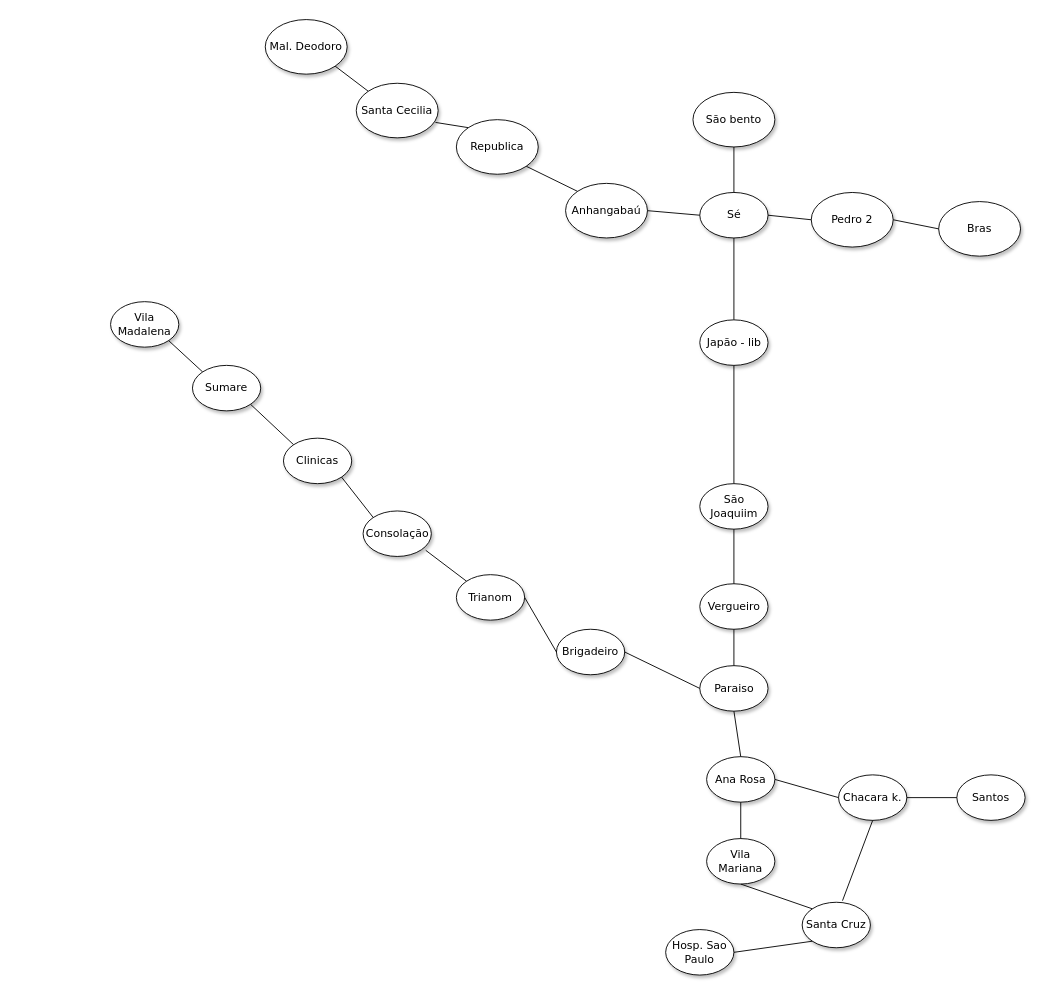
Earlier version of the draw.io diagram Untitled Diagram.drawio (Gui-Coimbra/aws-infra). Source tidied: cells renumbered, new cells numbered last; positions are measured from the earlier drawing's top-left corner, leaving out a move shared by most shapes. Both pictures are drawn from the tidied source at 91%, with x=0, y=0 at pixel (110, 19).
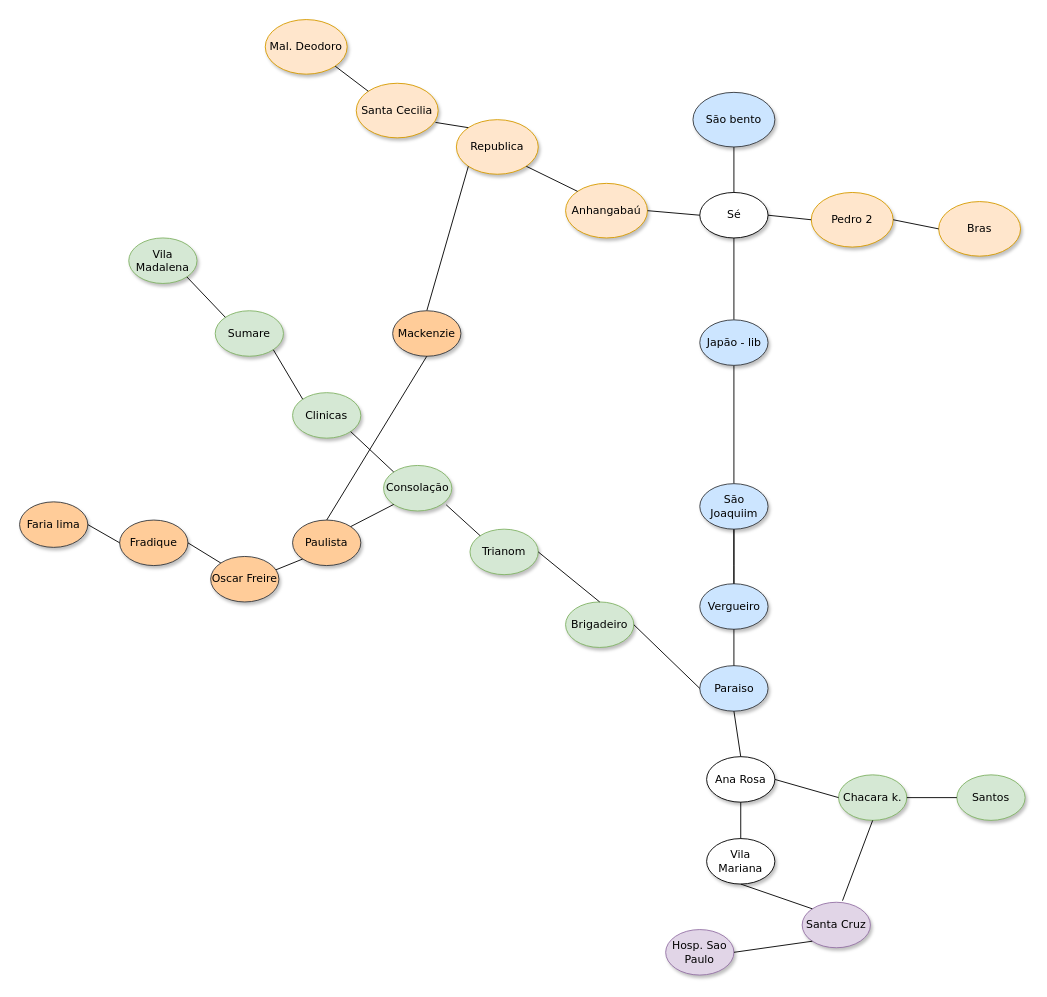
The same diagram, later.

The edit, as a diff of the source:
```diff
@@
-    <mxCell id="3" value="São bento" style="ellipse;whiteSpace=wrap;html=1;rounded=0;shadow=1;comic=0;labelBackgroundColor=none;strokeWidth=1;fontFamily=Verdana;fontSize=12;align=center;" parent="1" vertex="1">
+    <mxCell id="3" value="São bento" style="ellipse;whiteSpace=wrap;html=1;rounded=0;shadow=1;comic=0;labelBackgroundColor=none;strokeWidth=1;fontFamily=Verdana;fontSize=12;align=center;fillColor=#cce5ff;strokeColor=#36393d;" parent="1" vertex="1">
       <mxGeometry x="640" y="80" width="90" height="60" as="geometry" />
     </mxCell>
@@
-    <mxCell id="7" value="Japão - lib" style="ellipse;whiteSpace=wrap;html=1;rounded=0;shadow=1;comic=0;labelBackgroundColor=none;strokeWidth=1;fontFamily=Verdana;fontSize=12;align=center;" parent="1" vertex="1">
+    <mxCell id="7" value="Japão - lib" style="ellipse;whiteSpace=wrap;html=1;rounded=0;shadow=1;comic=0;labelBackgroundColor=none;strokeWidth=1;fontFamily=Verdana;fontSize=12;align=center;fillColor=#cce5ff;strokeColor=#36393d;" parent="1" vertex="1">
       <mxGeometry x="647.5" y="330" width="75" height="50" as="geometry" />
     </mxCell>
+    <mxCell id="50" style="edgeStyle=orthogonalEdgeStyle;rounded=0;jettySize=auto;html=1;" parent="1" edge="1" source="8">
+      <mxGeometry relative="1" as="geometry">
+        <mxPoint x="685" y="640" as="targetPoint" />
+      </mxGeometry>
+    </mxCell>
-    <mxCell id="8" value="São Joaquiim" style="ellipse;whiteSpace=wrap;html=1;rounded=0;shadow=1;comic=0;labelBackgroundColor=none;strokeWidth=1;fontFamily=Verdana;fontSize=12;align=center;" parent="1" vertex="1">
+    <mxCell id="8" value="São Joaquiim" style="ellipse;whiteSpace=wrap;html=1;rounded=0;shadow=1;comic=0;labelBackgroundColor=none;strokeWidth=1;fontFamily=Verdana;fontSize=12;align=center;fillColor=#cce5ff;strokeColor=#36393d;" parent="1" vertex="1">
       <mxGeometry x="647.5" y="510" width="75" height="50" as="geometry" />
     </mxCell>
-    <mxCell id="9" value="Vergueiro" style="ellipse;whiteSpace=wrap;html=1;rounded=0;shadow=1;comic=0;labelBackgroundColor=none;strokeWidth=1;fontFamily=Verdana;fontSize=12;align=center;" parent="1" vertex="1">
+    <mxCell id="9" value="Vergueiro" style="ellipse;whiteSpace=wrap;html=1;rounded=0;shadow=1;comic=0;labelBackgroundColor=none;strokeWidth=1;fontFamily=Verdana;fontSize=12;align=center;fillColor=#cce5ff;strokeColor=#36393d;" parent="1" vertex="1">
       <mxGeometry x="647.5" y="620" width="75" height="50" as="geometry" />
     </mxCell>
-    <mxCell id="10" value="Santa Cruz" style="ellipse;whiteSpace=wrap;html=1;rounded=0;shadow=1;comic=0;labelBackgroundColor=none;strokeWidth=1;fontFamily=Verdana;fontSize=12;align=center;" parent="1" vertex="1">
+    <mxCell id="10" value="Santa Cruz" style="ellipse;whiteSpace=wrap;html=1;rounded=0;shadow=1;comic=0;labelBackgroundColor=none;strokeWidth=1;fontFamily=Verdana;fontSize=12;align=center;fillColor=#e1d5e7;strokeColor=#9673a6;" parent="1" vertex="1">
       <mxGeometry x="760" y="970" width="75" height="50" as="geometry" />
     </mxCell>
@@
-    <mxCell id="13" value="Paraiso" style="ellipse;whiteSpace=wrap;html=1;rounded=0;shadow=1;comic=0;labelBackgroundColor=none;strokeWidth=1;fontFamily=Verdana;fontSize=12;align=center;" parent="1" vertex="1">
+    <mxCell id="13" value="Paraiso" style="ellipse;whiteSpace=wrap;html=1;rounded=0;shadow=1;comic=0;labelBackgroundColor=none;strokeWidth=1;fontFamily=Verdana;fontSize=12;align=center;fillColor=#cce5ff;strokeColor=#36393d;" parent="1" vertex="1">
       <mxGeometry x="647.5" y="710" width="75" height="50" as="geometry" />
     </mxCell>
@@
-    <mxCell id="19" value="Bras" style="ellipse;whiteSpace=wrap;html=1;rounded=0;shadow=1;comic=0;labelBackgroundColor=none;strokeWidth=1;fontFamily=Verdana;fontSize=12;align=center;" parent="1" vertex="1">
+    <mxCell id="19" value="Bras" style="ellipse;whiteSpace=wrap;html=1;rounded=0;shadow=1;comic=0;labelBackgroundColor=none;strokeWidth=1;fontFamily=Verdana;fontSize=12;align=center;fillColor=#ffe6cc;strokeColor=#d79b00;" parent="1" vertex="1">
       <mxGeometry x="910" y="200" width="90" height="60" as="geometry" />
     </mxCell>
-    <mxCell id="20" value="Republica" style="ellipse;whiteSpace=wrap;html=1;rounded=0;shadow=1;comic=0;labelBackgroundColor=none;strokeWidth=1;fontFamily=Verdana;fontSize=12;align=center;" parent="1" vertex="1">
+    <mxCell id="20" value="Republica" style="ellipse;whiteSpace=wrap;html=1;rounded=0;shadow=1;comic=0;labelBackgroundColor=none;strokeWidth=1;fontFamily=Verdana;fontSize=12;align=center;fillColor=#ffe6cc;strokeColor=#d79b00;" parent="1" vertex="1">
       <mxGeometry x="380" y="110" width="90" height="60" as="geometry" />
     </mxCell>
-    <mxCell id="21" value="Anhangabaú" style="ellipse;whiteSpace=wrap;html=1;rounded=0;shadow=1;comic=0;labelBackgroundColor=none;strokeWidth=1;fontFamily=Verdana;fontSize=12;align=center;" parent="1" vertex="1">
+    <mxCell id="21" value="Anhangabaú" style="ellipse;whiteSpace=wrap;html=1;rounded=0;shadow=1;comic=0;labelBackgroundColor=none;strokeWidth=1;fontFamily=Verdana;fontSize=12;align=center;fillColor=#ffe6cc;strokeColor=#d79b00;" parent="1" vertex="1">
       <mxGeometry x="500" y="180" width="90" height="60" as="geometry" />
     </mxCell>
-    <mxCell id="22" value="Pedro 2" style="ellipse;whiteSpace=wrap;html=1;rounded=0;shadow=1;comic=0;labelBackgroundColor=none;strokeWidth=1;fontFamily=Verdana;fontSize=12;align=center;" parent="1" vertex="1">
+    <mxCell id="22" value="Pedro 2" style="ellipse;whiteSpace=wrap;html=1;rounded=0;shadow=1;comic=0;labelBackgroundColor=none;strokeWidth=1;fontFamily=Verdana;fontSize=12;align=center;fillColor=#ffe6cc;strokeColor=#d79b00;" parent="1" vertex="1">
       <mxGeometry x="770" y="190" width="90" height="60" as="geometry" />
     </mxCell>
-    <mxCell id="23" value="Santa Cecilia" style="ellipse;whiteSpace=wrap;html=1;rounded=0;shadow=1;comic=0;labelBackgroundColor=none;strokeWidth=1;fontFamily=Verdana;fontSize=12;align=center;" parent="1" vertex="1">
+    <mxCell id="23" value="Santa Cecilia" style="ellipse;whiteSpace=wrap;html=1;rounded=0;shadow=1;comic=0;labelBackgroundColor=none;strokeWidth=1;fontFamily=Verdana;fontSize=12;align=center;fillColor=#ffe6cc;strokeColor=#d79b00;" parent="1" vertex="1">
       <mxGeometry x="270" y="70" width="90" height="60" as="geometry" />
     </mxCell>
-    <mxCell id="24" value="Mal. Deodoro" style="ellipse;whiteSpace=wrap;html=1;rounded=0;shadow=1;comic=0;labelBackgroundColor=none;strokeWidth=1;fontFamily=Verdana;fontSize=12;align=center;" parent="1" vertex="1">
+    <mxCell id="24" value="Mal. Deodoro" style="ellipse;whiteSpace=wrap;html=1;rounded=0;shadow=1;comic=0;labelBackgroundColor=none;strokeWidth=1;fontFamily=Verdana;fontSize=12;align=center;fillColor=#ffe6cc;strokeColor=#d79b00;" parent="1" vertex="1">
       <mxGeometry x="170" width="90" height="60" as="geometry" />
     </mxCell>
@@
-    <mxCell id="31" value="Trianom" style="ellipse;whiteSpace=wrap;html=1;rounded=0;shadow=1;comic=0;labelBackgroundColor=none;strokeWidth=1;fontFamily=Verdana;fontSize=12;align=center;" parent="1" vertex="1">
-      <mxGeometry x="380" y="610" width="75" height="50" as="geometry" />
+    <mxCell id="31" value="Trianom" style="ellipse;whiteSpace=wrap;html=1;rounded=0;shadow=1;comic=0;labelBackgroundColor=none;strokeWidth=1;fontFamily=Verdana;fontSize=12;align=center;fillColor=#d5e8d4;strokeColor=#82b366;" parent="1" vertex="1">
+      <mxGeometry x="395" y="560" width="75" height="50" as="geometry" />
     </mxCell>
-    <mxCell id="32" value="Brigadeiro" style="ellipse;whiteSpace=wrap;html=1;rounded=0;shadow=1;comic=0;labelBackgroundColor=none;strokeWidth=1;fontFamily=Verdana;fontSize=12;align=center;" parent="1" vertex="1">
-      <mxGeometry x="490" y="670" width="75" height="50" as="geometry" />
+    <mxCell id="32" value="Brigadeiro" style="ellipse;whiteSpace=wrap;html=1;rounded=0;shadow=1;comic=0;labelBackgroundColor=none;strokeWidth=1;fontFamily=Verdana;fontSize=12;align=center;fillColor=#d5e8d4;strokeColor=#82b366;" parent="1" vertex="1">
+      <mxGeometry x="500" y="640" width="75" height="50" as="geometry" />
     </mxCell>
-    <mxCell id="33" value="Chacara k." style="ellipse;whiteSpace=wrap;html=1;rounded=0;shadow=1;comic=0;labelBackgroundColor=none;strokeWidth=1;fontFamily=Verdana;fontSize=12;align=center;" parent="1" vertex="1">
+    <mxCell id="33" value="Chacara k." style="ellipse;whiteSpace=wrap;html=1;rounded=0;shadow=1;comic=0;labelBackgroundColor=none;strokeWidth=1;fontFamily=Verdana;fontSize=12;align=center;fillColor=#d5e8d4;strokeColor=#82b366;" parent="1" vertex="1">
       <mxGeometry x="800" y="830" width="75" height="50" as="geometry" />
     </mxCell>
-    <mxCell id="34" value="Santos" style="ellipse;whiteSpace=wrap;html=1;rounded=0;shadow=1;comic=0;labelBackgroundColor=none;strokeWidth=1;fontFamily=Verdana;fontSize=12;align=center;" parent="1" vertex="1">
+    <mxCell id="34" value="Santos" style="ellipse;whiteSpace=wrap;html=1;rounded=0;shadow=1;comic=0;labelBackgroundColor=none;strokeWidth=1;fontFamily=Verdana;fontSize=12;align=center;fillColor=#d5e8d4;strokeColor=#82b366;" parent="1" vertex="1">
       <mxGeometry x="930" y="830" width="75" height="50" as="geometry" />
     </mxCell>
@@
-    <mxCell id="38" style="edgeStyle=none;rounded=1;html=1;labelBackgroundColor=none;startArrow=none;startFill=0;startSize=5;endArrow=none;endFill=0;endSize=5;jettySize=auto;strokeWidth=1;fontFamily=Verdana;fontSize=12;exitX=1;exitY=0.5;exitDx=0;exitDy=0;entryX=0;entryY=0.5;entryDx=0;entryDy=0;" parent="1" edge="1" source="31" target="32">
+    <mxCell id="38" style="edgeStyle=none;rounded=1;html=1;labelBackgroundColor=none;startArrow=none;startFill=0;startSize=5;endArrow=none;endFill=0;endSize=5;jettySize=auto;strokeWidth=1;fontFamily=Verdana;fontSize=12;exitX=1;exitY=0.5;exitDx=0;exitDy=0;entryX=0.5;entryY=0;entryDx=0;entryDy=0;" parent="1" edge="1" source="31" target="32">
       <mxGeometry relative="1" as="geometry" />
     </mxCell>
-    <mxCell id="39" value="Consolação" style="ellipse;whiteSpace=wrap;html=1;rounded=0;shadow=1;comic=0;labelBackgroundColor=none;strokeWidth=1;fontFamily=Verdana;fontSize=12;align=center;" parent="1" vertex="1">
-      <mxGeometry x="277.5" y="540" width="75" height="50" as="geometry" />
+    <mxCell id="39" value="Consolação" style="ellipse;whiteSpace=wrap;html=1;rounded=0;shadow=1;comic=0;labelBackgroundColor=none;strokeWidth=1;fontFamily=Verdana;fontSize=12;align=center;fillColor=#d5e8d4;strokeColor=#82b366;" parent="1" vertex="1">
+      <mxGeometry x="300" y="490" width="75" height="50" as="geometry" />
     </mxCell>
-    <mxCell id="40" value="Vila Madalena" style="ellipse;whiteSpace=wrap;html=1;rounded=0;shadow=1;comic=0;labelBackgroundColor=none;strokeWidth=1;fontFamily=Verdana;fontSize=12;align=center;" parent="1" vertex="1">
-      <mxGeometry y="310" width="75" height="50" as="geometry" />
+    <mxCell id="40" value="Vila Madalena" style="ellipse;whiteSpace=wrap;html=1;rounded=0;shadow=1;comic=0;labelBackgroundColor=none;strokeWidth=1;fontFamily=Verdana;fontSize=12;align=center;fillColor=#d5e8d4;strokeColor=#82b366;" parent="1" vertex="1">
+      <mxGeometry x="20" y="240" width="75" height="50" as="geometry" />
     </mxCell>
-    <mxCell id="41" value="Sumare" style="ellipse;whiteSpace=wrap;html=1;rounded=0;shadow=1;comic=0;labelBackgroundColor=none;strokeWidth=1;fontFamily=Verdana;fontSize=12;align=center;" parent="1" vertex="1">
-      <mxGeometry x="90" y="380" width="75" height="50" as="geometry" />
+    <mxCell id="41" value="Sumare" style="ellipse;whiteSpace=wrap;html=1;rounded=0;shadow=1;comic=0;labelBackgroundColor=none;strokeWidth=1;fontFamily=Verdana;fontSize=12;align=center;fillColor=#d5e8d4;strokeColor=#82b366;" parent="1" vertex="1">
+      <mxGeometry x="115" y="320" width="75" height="50" as="geometry" />
     </mxCell>
-    <mxCell id="42" value="Clinicas" style="ellipse;whiteSpace=wrap;html=1;rounded=0;shadow=1;comic=0;labelBackgroundColor=none;strokeWidth=1;fontFamily=Verdana;fontSize=12;align=center;" parent="1" vertex="1">
-      <mxGeometry x="190" y="460" width="75" height="50" as="geometry" />
+    <mxCell id="42" value="Clinicas" style="ellipse;whiteSpace=wrap;html=1;rounded=0;shadow=1;comic=0;labelBackgroundColor=none;strokeWidth=1;fontFamily=Verdana;fontSize=12;align=center;fillColor=#d5e8d4;strokeColor=#82b366;" parent="1" vertex="1">
+      <mxGeometry x="200" y="410" width="75" height="50" as="geometry" />
     </mxCell>
@@
-    <mxCell id="48" value="Hosp. Sao Paulo" style="ellipse;whiteSpace=wrap;html=1;rounded=0;shadow=1;comic=0;labelBackgroundColor=none;strokeWidth=1;fontFamily=Verdana;fontSize=12;align=center;" parent="1" vertex="1">
+    <mxCell id="48" value="Hosp. Sao Paulo" style="ellipse;whiteSpace=wrap;html=1;rounded=0;shadow=1;comic=0;labelBackgroundColor=none;strokeWidth=1;fontFamily=Verdana;fontSize=12;align=center;fillColor=#e1d5e7;strokeColor=#9673a6;" parent="1" vertex="1">
       <mxGeometry x="610" y="1000" width="75" height="50" as="geometry" />
     </mxCell>
@@
+    <mxCell id="51" style="edgeStyle=none;rounded=1;html=1;labelBackgroundColor=none;startArrow=none;startFill=0;startSize=5;endArrow=none;endFill=0;endSize=5;jettySize=auto;strokeWidth=1;fontFamily=Verdana;fontSize=12;exitX=0;exitY=1;exitDx=0;exitDy=0;entryX=0.5;entryY=0;entryDx=0;entryDy=0;" parent="1" edge="1" source="20" target="52">
+      <mxGeometry relative="1" as="geometry" />
+    </mxCell>
+    <mxCell id="52" value="Mackenzie" style="ellipse;whiteSpace=wrap;html=1;rounded=0;shadow=1;comic=0;labelBackgroundColor=none;strokeWidth=1;fontFamily=Verdana;fontSize=12;align=center;fillColor=#ffcc99;strokeColor=#36393d;" parent="1" vertex="1">
+      <mxGeometry x="310" y="320" width="75" height="50" as="geometry" />
+    </mxCell>
+    <mxCell id="53" value="Paulista" style="ellipse;whiteSpace=wrap;html=1;rounded=0;shadow=1;comic=0;labelBackgroundColor=none;strokeWidth=1;fontFamily=Verdana;fontSize=12;align=center;fillColor=#ffcc99;strokeColor=#36393d;" parent="1" vertex="1">
+      <mxGeometry x="200" y="550" width="75" height="50" as="geometry" />
+    </mxCell>
+    <mxCell id="54" style="edgeStyle=none;rounded=1;html=1;labelBackgroundColor=none;startArrow=none;startFill=0;startSize=5;endArrow=none;endFill=0;endSize=5;jettySize=auto;strokeWidth=1;fontFamily=Verdana;fontSize=12;exitX=0.5;exitY=1;exitDx=0;exitDy=0;entryX=0.5;entryY=0;entryDx=0;entryDy=0;" parent="1" edge="1" source="52" target="53">
+      <mxGeometry relative="1" as="geometry" />
+    </mxCell>
+    <mxCell id="55" style="edgeStyle=none;rounded=1;html=1;labelBackgroundColor=none;startArrow=none;startFill=0;startSize=5;endArrow=none;endFill=0;endSize=5;jettySize=auto;strokeWidth=1;fontFamily=Verdana;fontSize=12;exitX=0;exitY=1;exitDx=0;exitDy=0;entryX=1;entryY=0;entryDx=0;entryDy=0;" parent="1" edge="1" source="39" target="53">
+      <mxGeometry relative="1" as="geometry" />
+    </mxCell>
+    <mxCell id="56" value="Oscar Freire" style="ellipse;whiteSpace=wrap;html=1;rounded=0;shadow=1;comic=0;labelBackgroundColor=none;strokeWidth=1;fontFamily=Verdana;fontSize=12;align=center;fillColor=#ffcc99;strokeColor=#36393d;" parent="1" vertex="1">
+      <mxGeometry x="110" y="590" width="75" height="50" as="geometry" />
+    </mxCell>
+    <mxCell id="57" value="Fradique" style="ellipse;whiteSpace=wrap;html=1;rounded=0;shadow=1;comic=0;labelBackgroundColor=none;strokeWidth=1;fontFamily=Verdana;fontSize=12;align=center;fillColor=#ffcc99;strokeColor=#36393d;" parent="1" vertex="1">
+      <mxGeometry x="10" y="550" width="75" height="50" as="geometry" />
+    </mxCell>
+    <mxCell id="58" value="Faria lima" style="ellipse;whiteSpace=wrap;html=1;rounded=0;shadow=1;comic=0;labelBackgroundColor=none;strokeWidth=1;fontFamily=Verdana;fontSize=12;align=center;fillColor=#ffcc99;strokeColor=#36393d;" parent="1" vertex="1">
+      <mxGeometry x="-100" y="530" width="75" height="50" as="geometry" />
+    </mxCell>
+    <mxCell id="59" style="edgeStyle=none;rounded=1;html=1;labelBackgroundColor=none;startArrow=none;startFill=0;startSize=5;endArrow=none;endFill=0;endSize=5;jettySize=auto;strokeWidth=1;fontFamily=Verdana;fontSize=12;exitX=0;exitY=1;exitDx=0;exitDy=0;entryX=0.956;entryY=0.294;entryDx=0;entryDy=0;entryPerimeter=0;" parent="1" edge="1" source="53" target="56">
+      <mxGeometry relative="1" as="geometry" />
+    </mxCell>
+    <mxCell id="60" style="edgeStyle=none;rounded=1;html=1;labelBackgroundColor=none;startArrow=none;startFill=0;startSize=5;endArrow=none;endFill=0;endSize=5;jettySize=auto;strokeWidth=1;fontFamily=Verdana;fontSize=12;exitX=0;exitY=0;exitDx=0;exitDy=0;entryX=1;entryY=0.5;entryDx=0;entryDy=0;" parent="1" edge="1" source="56" target="57">
+      <mxGeometry relative="1" as="geometry" />
+    </mxCell>
+    <mxCell id="61" style="edgeStyle=none;rounded=1;html=1;labelBackgroundColor=none;startArrow=none;startFill=0;startSize=5;endArrow=none;endFill=0;endSize=5;jettySize=auto;strokeWidth=1;fontFamily=Verdana;fontSize=12;exitX=0;exitY=0.5;exitDx=0;exitDy=0;entryX=1;entryY=0.5;entryDx=0;entryDy=0;" parent="1" edge="1" source="57" target="58">
+      <mxGeometry relative="1" as="geometry" />
+    </mxCell>
```
